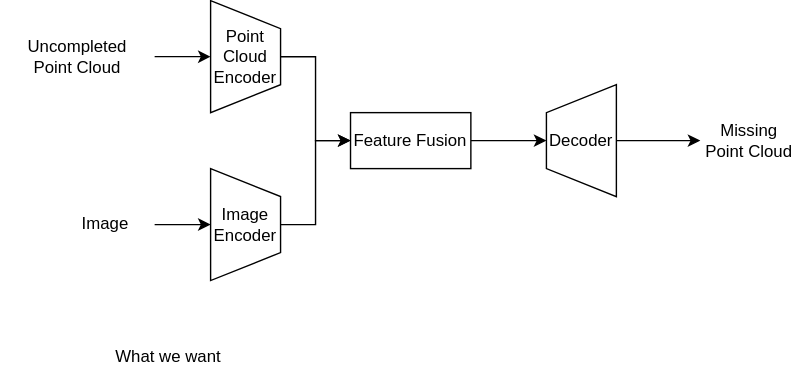
The draw.io diagram Point Cloud Completion with Old Photo.svg in DreamBlack/drawio, before a commit. Source tidied: cells renumbered, new cells last; positions are measured from the earlier drawing's top-left corner, leaving out a move shared by most shapes.
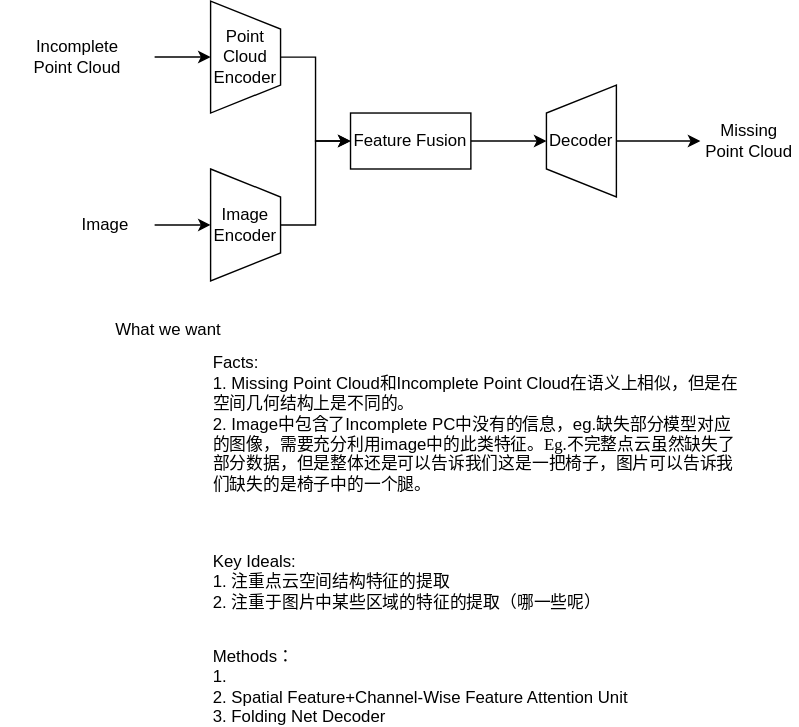
After the change.

The edit, as a diff of the source:
```diff
@@ -29,7 +29,7 @@
     <mxCell id="10" style="edgeStyle=orthogonalEdgeStyle;rounded=0;jettySize=auto;html=1;fontColor=none;" parent="1" edge="1" source="11" target="3">
       <mxGeometry relative="1" as="geometry" />
     </mxCell>
-    <mxCell id="11" value="Uncompleted&lt;br&gt;Point Cloud" style="text;html=1;strokeColor=none;fillColor=none;align=center;verticalAlign=middle;whiteSpace=wrap;rounded=0;fontColor=none;" parent="1" vertex="1">
+    <mxCell id="11" value="Incomplete&lt;br&gt;Point Cloud" style="text;html=1;strokeColor=none;fillColor=none;align=center;verticalAlign=middle;whiteSpace=wrap;rounded=0;fontColor=none;" parent="1" vertex="1">
       <mxGeometry y="30" width="110" height="20" as="geometry" />
     </mxCell>
     <mxCell id="12" style="edgeStyle=orthogonalEdgeStyle;rounded=0;jettySize=auto;html=1;fontColor=none;" parent="1" edge="1" source="13" target="7">
@@ -42,7 +42,16 @@
       <mxGeometry x="500" y="90" width="70" height="20" as="geometry" />
     </mxCell>
     <mxCell id="15" value="What we want" style="text;html=1;strokeColor=none;fillColor=none;align=center;verticalAlign=middle;whiteSpace=wrap;rounded=0;fontColor=none;" parent="1" vertex="1">
-      <mxGeometry x="40" y="250" width="160" height="10" as="geometry" />
+      <mxGeometry x="40" y="230" width="160" height="10" as="geometry" />
     </mxCell>
+    <mxCell id="16" value="&lt;br&gt;&lt;span style=&quot;text-align: center&quot;&gt;Facts:&lt;br&gt;&lt;/span&gt;1. Missing Point Cloud和Incomplete&amp;nbsp;Point Cloud在语义上相似，但是在空间几何结构上是不同的。&lt;br&gt;2. Image中包含了Incomplete PC中没有的信息，eg.缺失部分模型对应的图像，需要充分利用image中的此类特征。&lt;span style=&quot;font-family: &amp;#34;calibri&amp;#34;&quot; lang=&quot;en-US&quot;&gt;Eg.&lt;/span&gt;&lt;span style=&quot;font-family: &amp;#34;microsoft yahei&amp;#34;&quot; lang=&quot;zh-CN&quot;&gt;不完整点云虽然缺失了部分数据，但是整体还是可以告诉我们这是一把椅子，图片可以告诉我们缺失的是椅子中的一个腿。&lt;/span&gt;" style="text;html=1;strokeColor=none;fillColor=none;align=left;verticalAlign=middle;whiteSpace=wrap;rounded=0;fontColor=none;" parent="1" vertex="1">
+      <mxGeometry x="150" y="270" width="380" height="50" as="geometry" />
+    </mxCell>
+    <mxCell id="17" value="Key Ideals:&lt;br&gt;1. 注重点云空间结构特征的提取&lt;br&gt;2. 注重于图片中某些区域的特征的提取（哪一些呢）" style="text;html=1;strokeColor=none;fillColor=none;align=left;verticalAlign=middle;whiteSpace=wrap;rounded=0;fontColor=none;" parent="1" vertex="1">
+      <mxGeometry x="150" y="400" width="370" height="30" as="geometry" />
+    </mxCell>
+    <mxCell id="18" value="&lt;div&gt;&lt;span&gt;Methods：&lt;/span&gt;&lt;/div&gt;&lt;div&gt;&lt;span&gt;1.&amp;nbsp;&lt;/span&gt;&lt;/div&gt;&lt;div&gt;&lt;span&gt;2. Spatial Feature+Channel-Wise Feature Attention Unit&lt;/span&gt;&lt;/div&gt;&lt;div&gt;&lt;span&gt;3. Folding Net Decoder&lt;/span&gt;&lt;/div&gt;" style="text;html=1;strokeColor=none;fillColor=none;align=left;verticalAlign=middle;whiteSpace=wrap;rounded=0;fontColor=none;" parent="1" vertex="1">
+      <mxGeometry x="150" y="470" width="340" height="40" as="geometry" />
+    </mxCell>
   </root>
 </mxGraphModel>
```
